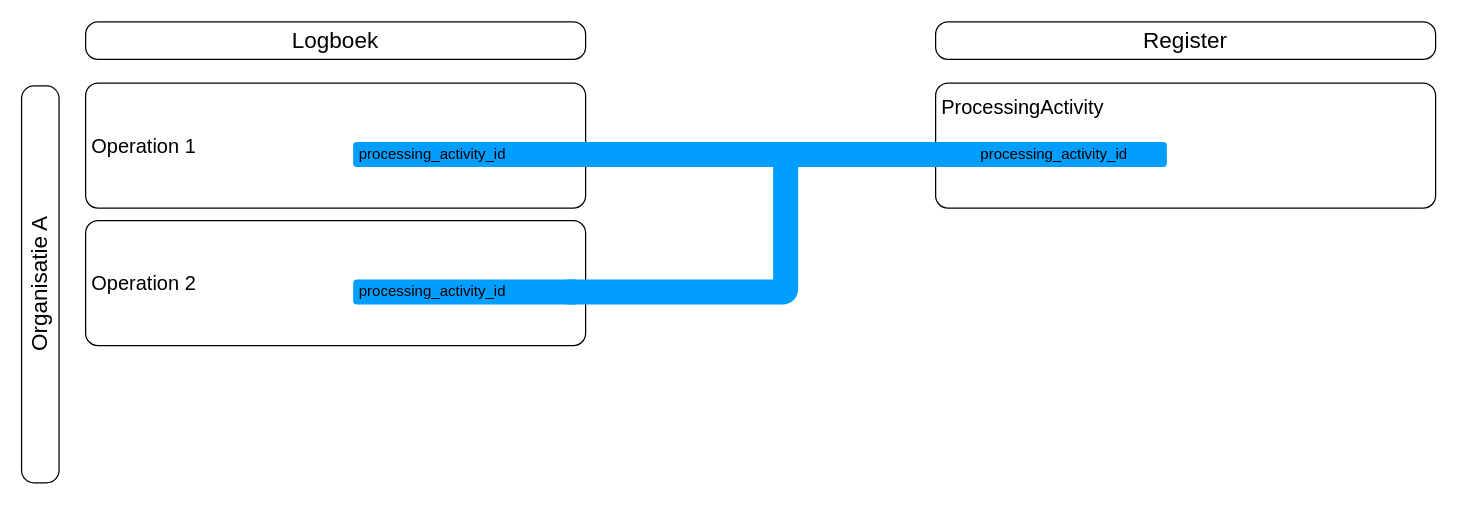
Earlier version of the draw.io diagram page "afbeelding1" (3 of 15) of media/LogboekDataVerwerking.drawio (Logius-standaarden/logboek-dataverwerkingen-inleiding). Source tidied: cells renumbered, new cells numbered last; positions are measured from the earlier drawing's top-left corner, leaving out a move shared by most shapes. Both pictures are drawn from the tidied source at 125%, with x=0, y=0 at pixel (-159, 21).
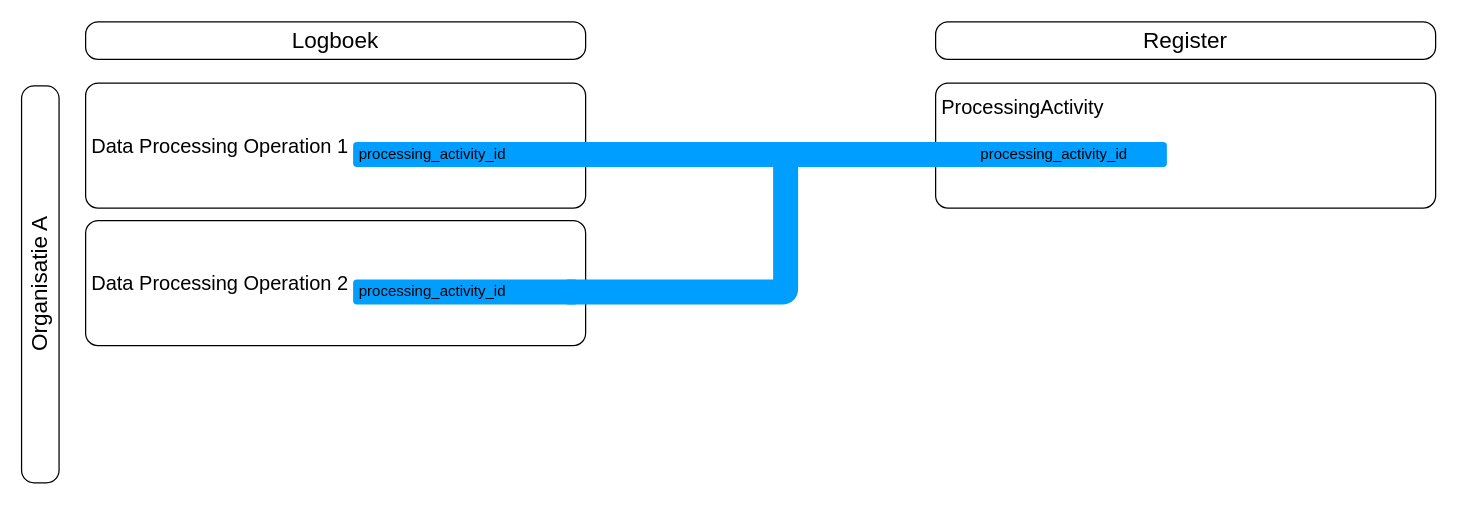
After the change.

What changed in the source:
```diff
@@
 <mxGraphModel>
   <root>
     <mxCell id="0" />
     <mxCell id="1" parent="0" />
-    <mxCell id="2" value="Operation 2" style="rounded=1;whiteSpace=wrap;html=1;align=left;fontSize=16;spacing=5;absoluteArcSize=1;" parent="1" vertex="1">
+    <mxCell id="2" value="Data Processing Operation 2" style="rounded=1;whiteSpace=wrap;html=1;align=left;fontSize=16;spacing=5;absoluteArcSize=1;" parent="1" vertex="1">
       <mxGeometry x="195" y="159" width="400" height="100" as="geometry" />
     </mxCell>
     <mxCell id="3" value="ProcessingActivity" style="rounded=1;whiteSpace=wrap;html=1;align=left;fontSize=16;spacing=5;absoluteArcSize=1;verticalAlign=top;" parent="1" vertex="1">
       <mxGeometry x="875" y="49" width="400" height="100" as="geometry" />
     </mxCell>
-    <mxCell id="4" value="Operation 1" style="rounded=1;whiteSpace=wrap;html=1;align=left;fontSize=16;spacing=5;absoluteArcSize=1;" parent="1" vertex="1">
+    <mxCell id="4" value="Data Processing Operation 1" style="rounded=1;whiteSpace=wrap;html=1;align=left;fontSize=16;spacing=5;absoluteArcSize=1;" parent="1" vertex="1">
       <mxGeometry x="195" y="49" width="400" height="100" as="geometry" />
     </mxCell>
     <mxCell id="5" value="Organisatie A" style="text;html=1;align=center;verticalAlign=middle;whiteSpace=wrap;rounded=1;rotation=-90;fontSize=18;fillColor=none;strokeColor=default;absoluteArcSize=1;" parent="1" vertex="1">
       <mxGeometry y="195" width="317.5" height="30" as="geometry" />
     </mxCell>
     <mxCell id="6" value="Logboek" style="text;html=1;align=center;verticalAlign=middle;whiteSpace=wrap;rounded=1;rotation=0;fontSize=18;fillColor=none;strokeColor=default;absoluteArcSize=1;" parent="1" vertex="1">
       <mxGeometry x="195" width="400" height="30" as="geometry" />
     </mxCell>
     <mxCell id="7" value="Register" style="text;html=1;align=center;verticalAlign=middle;whiteSpace=wrap;rounded=1;rotation=0;fontSize=18;fillColor=none;strokeColor=default;absoluteArcSize=1;" parent="1" vertex="1">
       <mxGeometry x="875" width="400" height="30" as="geometry" />
     </mxCell>
     <mxCell id="8" style="edgeStyle=orthogonalEdgeStyle;rounded=1;jettySize=auto;html=1;entryX=0.95;entryY=0.5;entryDx=0;entryDy=0;entryPerimeter=0;endArrow=none;startFill=0;strokeWidth=20;exitX=0.95;exitY=0.5;exitDx=0;exitDy=0;exitPerimeter=0;strokeColor=#009EFF;curved=0;arcSize=5;" parent="1" edge="1" source="10" target="11">
       <mxGeometry relative="1" as="geometry">
         <Array as="points">
           <mxPoint x="755" y="106" />
           <mxPoint x="755" y="216" />
         </Array>
       </mxGeometry>
     </mxCell>
     <mxCell id="9" style="edgeStyle=orthogonalEdgeStyle;rounded=1;jettySize=auto;html=1;endArrow=none;startFill=0;strokeWidth=20;exitX=0.95;exitY=0.5;exitDx=0;exitDy=0;exitPerimeter=0;strokeColor=#009EFF;curved=0;arcSize=5;entryX=0.05;entryY=0.5;entryDx=0;entryDy=0;entryPerimeter=0;" parent="1" edge="1" source="10" target="12">
       <mxGeometry relative="1" as="geometry" />
     </mxCell>
     <mxCell id="10" value="processing_activity_id" style="rounded=1;whiteSpace=wrap;html=1;strokeColor=none;fillColor=#009EFF;points=[[0,0,0,0,0],[0,0.25,0,0,0],[0,0.75,0,0,0],[0,1,0,0,0],[0.05,0.5,0,0,0],[0.25,0,0,0,0],[0.25,1,0,0,0],[0.5,0,0,0,0],[0.5,1,0,0,0],[0.75,0,0,0,0],[0.75,1,0,0,0],[0.95,0.5,0,0,0],[1,0,0,0,0],[1,0.25,0,0,0],[1,0.75,0,0,0],[1,1,0,0,0]];align=left;spacing=5;" parent="1" vertex="1">
       <mxGeometry x="409" y="96" width="180" height="20" as="geometry" />
     </mxCell>
     <mxCell id="11" value="processing_activity_id" style="rounded=1;whiteSpace=wrap;html=1;strokeColor=none;fillColor=#009EFF;points=[[0,0,0,0,0],[0,0.25,0,0,0],[0,0.75,0,0,0],[0,1,0,0,0],[0.05,0.5,0,0,0],[0.25,0,0,0,0],[0.25,1,0,0,0],[0.5,0,0,0,0],[0.5,1,0,0,0],[0.75,0,0,0,0],[0.75,1,0,0,0],[0.95,0.5,0,0,0],[1,0,0,0,0],[1,0.25,0,0,0],[1,0.75,0,0,0],[1,1,0,0,0]];align=left;spacing=5;" parent="1" vertex="1">
       <mxGeometry x="409" y="206" width="180" height="20" as="geometry" />
     </mxCell>
     <mxCell id="12" value="processing_activity_id" style="rounded=1;whiteSpace=wrap;html=1;strokeColor=none;fillColor=#009EFF;points=[[0,0,0,0,0],[0,0.25,0,0,0],[0,0.75,0,0,0],[0,1,0,0,0],[0.05,0.5,0,0,0],[0.25,0,0,0,0],[0.25,1,0,0,0],[0.5,0,0,0,0],[0.5,1,0,0,0],[0.75,0,0,0,0],[0.75,1,0,0,0],[0.95,0.5,0,0,0],[1,0,0,0,0],[1,0.25,0,0,0],[1,0.75,0,0,0],[1,1,0,0,0]];align=center;spacing=5;" parent="1" vertex="1">
       <mxGeometry x="880" y="96" width="180" height="20" as="geometry" />
     </mxCell>
   </root>
 </mxGraphModel>
```
